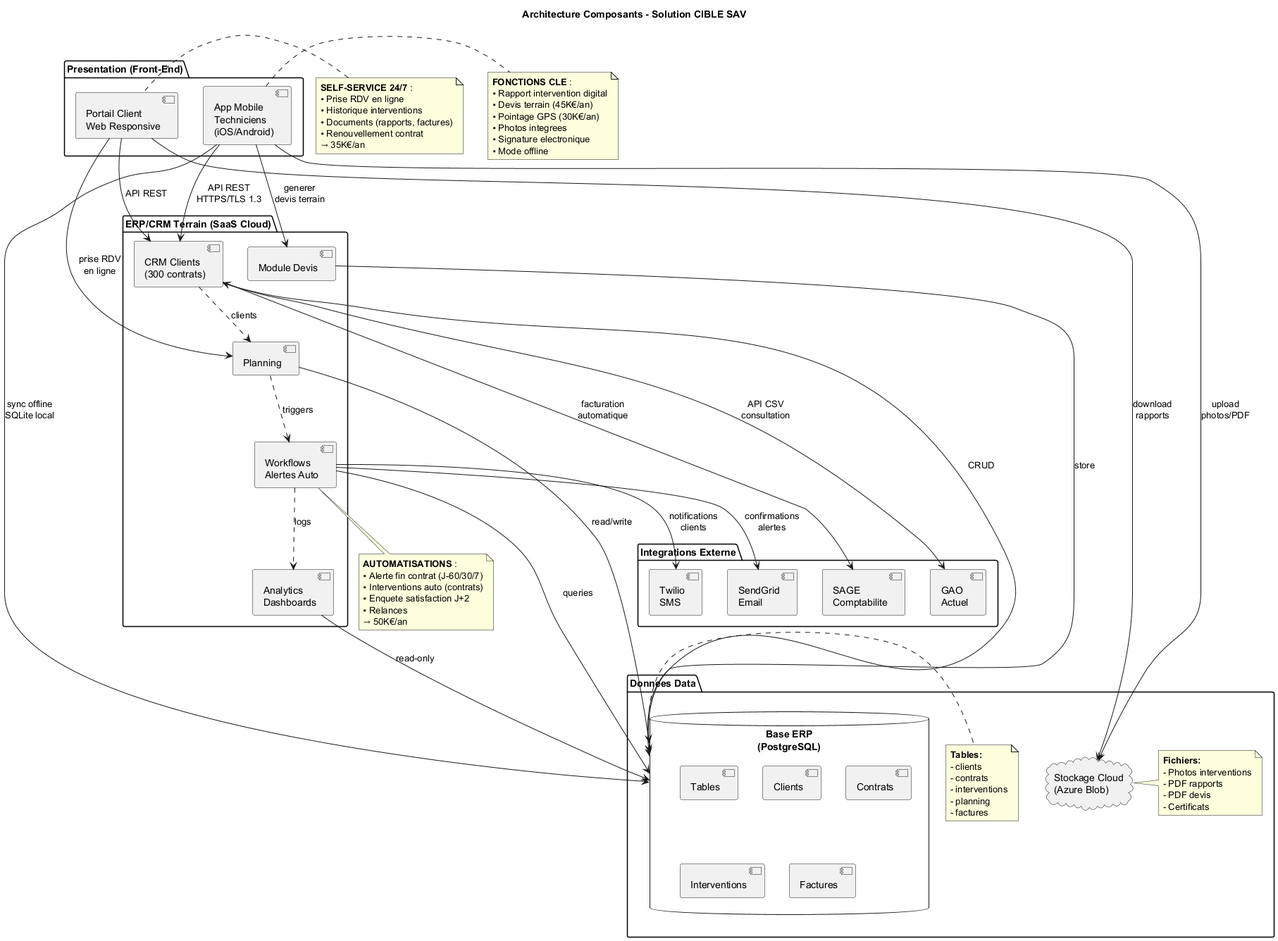
This is Services/Maintenance-Technique/uml/png/Component_Architecture.png from JordanSerafini/Audit_Duret, a PlantUML export, as it was before one commit.
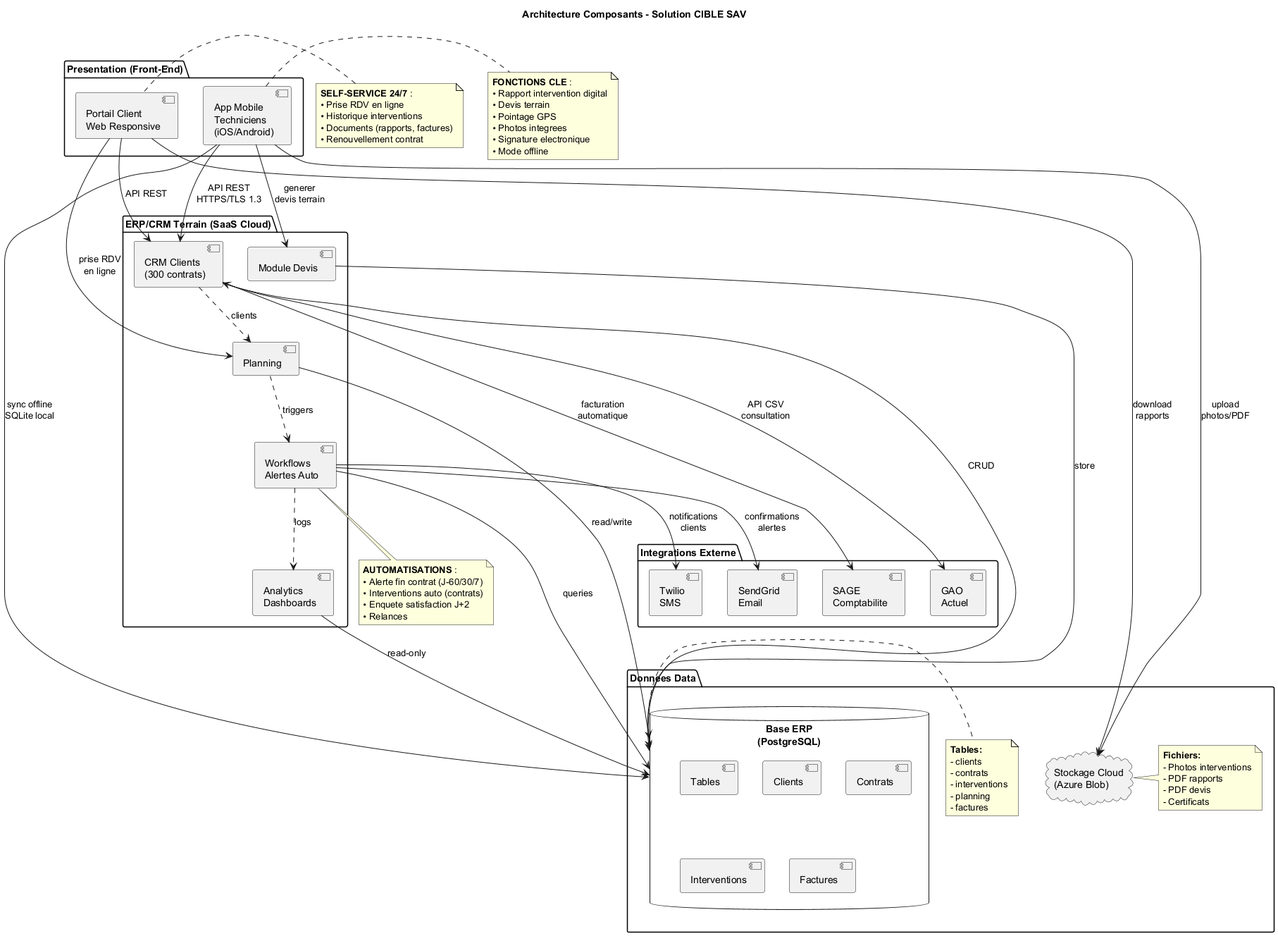
The same diagram one commit later.

Diff of the diagram source:
```diff
@@ -80,8 +80,8 @@
 note right of AppMobile
   **FONCTIONS CLE** :
   • Rapport intervention digital
-  • Devis terrain (45K€/an)
-  • Pointage GPS (30K€/an)
+  • Devis terrain
+  • Pointage GPS
   • Photos integrees
   • Signature electronique
   • Mode offline
@@ -93,7 +93,6 @@
   • Historique interventions
   • Documents (rapports, factures)
   • Renouvellement contrat
-  → 35K€/an
 end note
 
 note bottom of Workflows
@@ -102,7 +101,6 @@
   • Interventions auto (contrats)
   • Enquete satisfaction J+2
   • Relances
-  → 50K€/an
 end note
 
 @enduml
```
